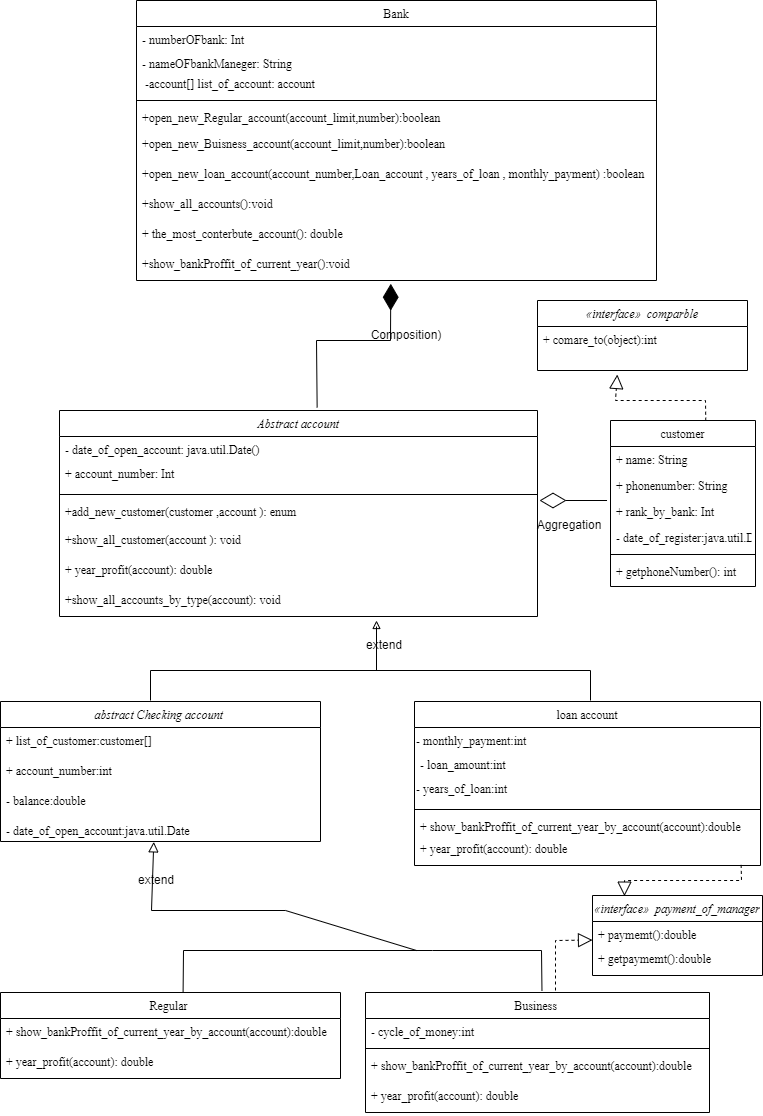
Above: Bank.drawio.png in oran950/bank (draw.io), before the change. Source tidied: cells renumbered, new cells last; positions are measured from the earlier drawing's top-left corner, leaving out a move shared by most shapes.
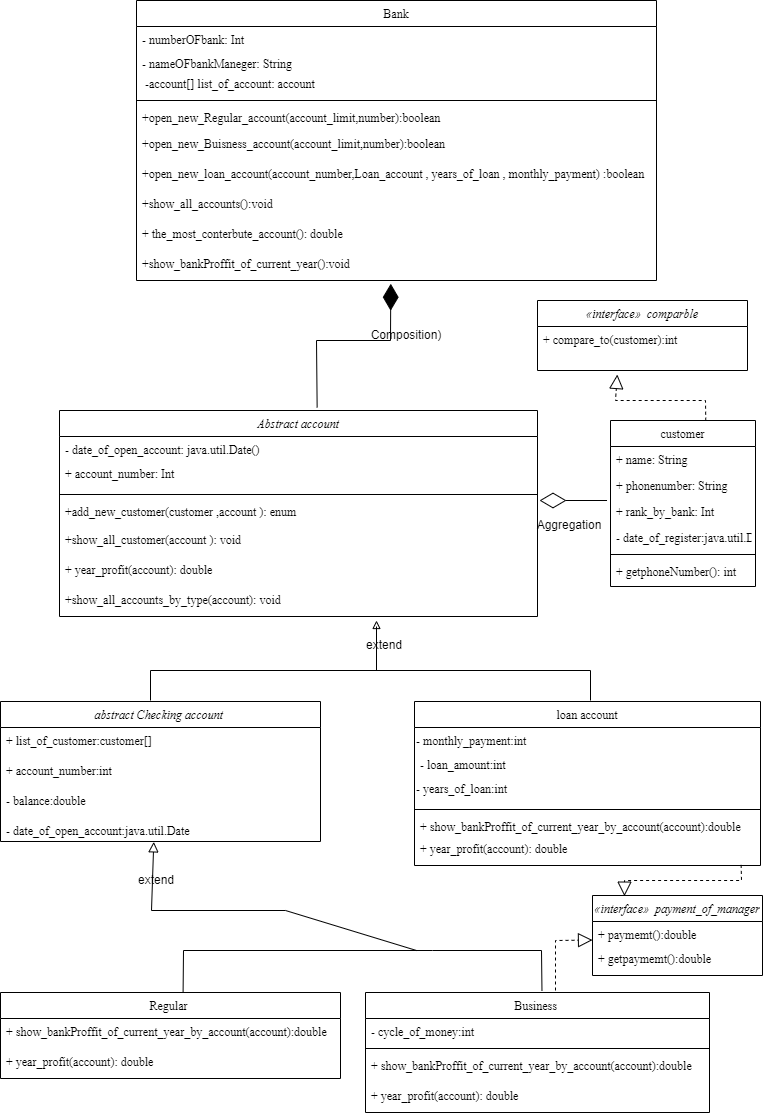
Above is the later version.

Change to the diagram source:
```diff
@@ -215,7 +215,7 @@
     <mxCell id="59" value="«interface»  comparble" style="swimlane;fontStyle=2;align=center;verticalAlign=top;horizontal=1;startSize=26;rounded=0;labelBackgroundColor=none;fontFamily=Times New Roman;" parent="1" vertex="1">
       <mxGeometry x="537" y="300" width="210" height="70" as="geometry" />
     </mxCell>
-    <mxCell id="60" value="+ comare_to(object):int" style="text;strokeColor=none;fillColor=none;align=left;verticalAlign=top;spacingLeft=4;spacingRight=4;overflow=hidden;points=[[0,0.5],[1,0.5]];portConstraint=eastwest;rounded=0;labelBackgroundColor=none;fontFamily=Times New Roman;fontStyle=0;" parent="59" vertex="1">
+    <mxCell id="60" value="+ compare_to(customer):int" style="text;strokeColor=none;fillColor=none;align=left;verticalAlign=top;spacingLeft=4;spacingRight=4;overflow=hidden;points=[[0,0.5],[1,0.5]];portConstraint=eastwest;rounded=0;labelBackgroundColor=none;fontFamily=Times New Roman;fontStyle=0;" parent="59" vertex="1">
       <mxGeometry y="26" width="210" height="44" as="geometry" />
     </mxCell>
     <mxCell id="61" value="«interface»  payment_of_manager" style="swimlane;fontStyle=2;align=center;verticalAlign=top;horizontal=1;startSize=26;rounded=0;labelBackgroundColor=none;fontFamily=Times New Roman;" parent="1" vertex="1">
```
